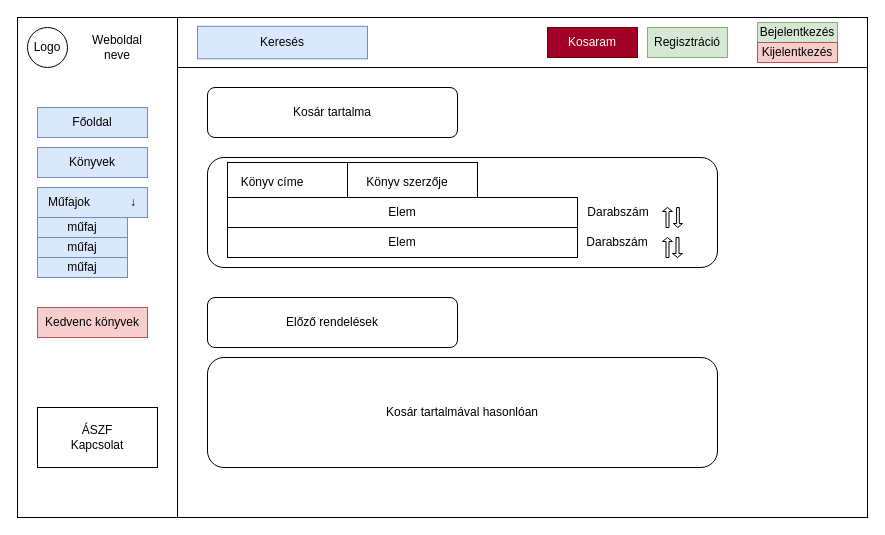
Before: Menu es kepernyotervek/kepernyotervek/kosar.drawio in keresztpapa/adatBalapu, a draw.io diagram. Source tidied: cells renumbered, new cells numbered last; positions are measured from the earlier drawing's top-left corner, leaving out a move shared by most shapes. Both pictures are drawn from the tidied source at 100%, with x=0, y=0 at pixel (17, 17).
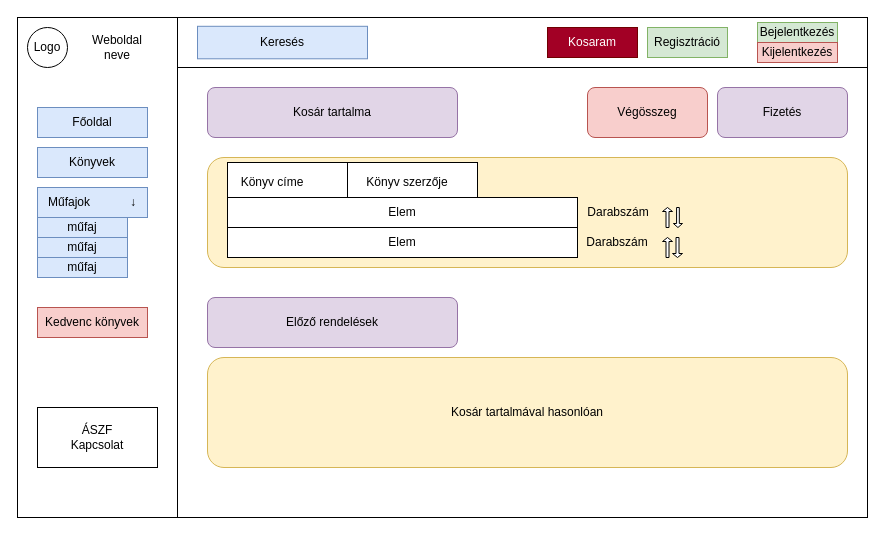
Above is the later version.

Change to the diagram source:
```diff
@@
-    <mxCell id="3" style="rounded=1;whiteSpace=wrap;html=1;" parent="1" vertex="1">
-      <mxGeometry x="190" y="140" width="510" height="110" as="geometry" />
+    <mxCell id="3" style="rounded=1;whiteSpace=wrap;html=1;fillColor=#fff2cc;strokeColor=#d6b656;" parent="1" vertex="1">
+      <mxGeometry x="190" y="140" width="640" height="110" as="geometry" />
     </mxCell>
@@
-    <mxCell id="22" value="Előző rendelések" style="rounded=1;whiteSpace=wrap;html=1;" parent="1" vertex="1">
+    <mxCell id="22" value="Előző rendelések" style="rounded=1;whiteSpace=wrap;html=1;fillColor=#e1d5e7;strokeColor=#9673a6;" parent="1" vertex="1">
       <mxGeometry x="190" y="280" width="250" height="50" as="geometry" />
     </mxCell>
-    <mxCell id="23" value="Kosár tartalma" style="rounded=1;whiteSpace=wrap;html=1;" parent="1" vertex="1">
+    <mxCell id="23" value="Kosár tartalma" style="rounded=1;whiteSpace=wrap;html=1;fillColor=#e1d5e7;strokeColor=#9673a6;" parent="1" vertex="1">
       <mxGeometry x="190" y="70" width="250" height="50" as="geometry" />
     </mxCell>
@@
-    <mxCell id="37" value="Kosár tartalmával hasonlóan" style="rounded=1;whiteSpace=wrap;html=1;" parent="1" vertex="1">
-      <mxGeometry x="190" y="340" width="510" height="110" as="geometry" />
+    <mxCell id="37" value="Kosár tartalmával hasonlóan" style="rounded=1;whiteSpace=wrap;html=1;fillColor=#fff2cc;strokeColor=#d6b656;" parent="1" vertex="1">
+      <mxGeometry x="190" y="340" width="640" height="110" as="geometry" />
     </mxCell>
+    <mxCell id="38" value="Végösszeg" style="rounded=1;whiteSpace=wrap;html=1;fillColor=#f8cecc;strokeColor=#b85450;" parent="1" vertex="1">
+      <mxGeometry x="570" y="70" width="120" height="50" as="geometry" />
+    </mxCell>
+    <mxCell id="39" value="Fizetés" style="rounded=1;whiteSpace=wrap;html=1;fillColor=#e1d5e7;strokeColor=#9673a6;" parent="1" vertex="1">
+      <mxGeometry x="700" y="70" width="130" height="50" as="geometry" />
+    </mxCell>
```
